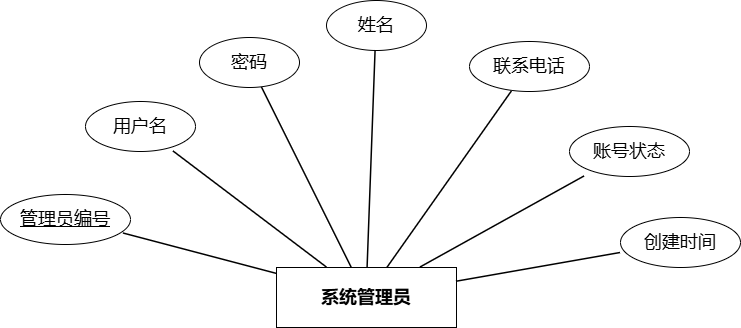
Before: docs/PaperImages/实体图/系统管理员实体图.drawio.png, a diagram exported from draw.io (Dean-op/forest_fire). Source tidied: cells renumbered, new cells last; positions are measured from the earlier drawing's top-left corner, leaving out a move shared by most shapes. The source it was exported from:
```xml
<mxGraphModel>
  <root>
    <mxCell id="0" />
    <mxCell id="1" parent="0" />
    <mxCell id="2" value="系统管理员" style="shape=rectangle;whiteSpace=wrap;html=1;strokeWidth=1;fontSize=18;fontStyle=1;labelBackgroundColor=none;" parent="1" vertex="1">
      <mxGeometry x="276" y="267" width="180" height="60" as="geometry" />
    </mxCell>
    <mxCell id="3" value="&lt;u&gt;管理员编号&lt;/u&gt;" style="shape=ellipse;whiteSpace=wrap;html=1;strokeWidth=1;fontSize=18;labelBackgroundColor=none;" parent="1" vertex="1">
      <mxGeometry y="194" width="130" height="50" as="geometry" />
    </mxCell>
    <mxCell id="4" value="用户名" style="shape=ellipse;whiteSpace=wrap;html=1;strokeWidth=1;fontSize=18;labelBackgroundColor=none;" parent="1" vertex="1">
      <mxGeometry x="85" y="101" width="110" height="50" as="geometry" />
    </mxCell>
    <mxCell id="5" value="密码" style="shape=ellipse;whiteSpace=wrap;html=1;strokeWidth=1;fontSize=18;labelBackgroundColor=none;" parent="1" vertex="1">
      <mxGeometry x="199" y="37" width="100" height="50" as="geometry" />
    </mxCell>
    <mxCell id="6" value="姓名" style="shape=ellipse;whiteSpace=wrap;html=1;strokeWidth=1;fontSize=18;labelBackgroundColor=none;" parent="1" vertex="1">
      <mxGeometry x="326" width="100" height="50" as="geometry" />
    </mxCell>
    <mxCell id="7" value="联系电话" style="shape=ellipse;whiteSpace=wrap;html=1;strokeWidth=1;fontSize=18;labelBackgroundColor=none;" parent="1" vertex="1">
      <mxGeometry x="469" y="41" width="120" height="50" as="geometry" />
    </mxCell>
    <mxCell id="8" value="账号状态" style="shape=ellipse;whiteSpace=wrap;html=1;strokeWidth=1;fontSize=18;labelBackgroundColor=none;" parent="1" vertex="1">
      <mxGeometry x="569" y="126" width="120" height="50" as="geometry" />
    </mxCell>
    <mxCell id="9" value="创建时间" style="shape=ellipse;whiteSpace=wrap;html=1;strokeWidth=1;fontSize=18;labelBackgroundColor=none;" parent="1" vertex="1">
      <mxGeometry x="620" y="217" width="120" height="50" as="geometry" />
    </mxCell>
    <mxCell id="10" style="endArrow=none;rounded=0;strokeWidth=1.5;labelBackgroundColor=none;fontColor=default;entryX=0.946;entryY=0.78;entryDx=0;entryDy=0;entryPerimeter=0;fontSize=18;" parent="1" edge="1" source="2" target="3">
      <mxGeometry relative="1" as="geometry" />
    </mxCell>
    <mxCell id="11" style="endArrow=none;rounded=0;strokeWidth=1.5;labelBackgroundColor=none;fontColor=default;fontSize=18;" parent="1" edge="1" source="2" target="4">
      <mxGeometry relative="1" as="geometry" />
    </mxCell>
    <mxCell id="12" style="endArrow=none;rounded=0;strokeWidth=1.5;labelBackgroundColor=none;fontColor=default;fontSize=18;" parent="1" edge="1" source="2" target="5">
      <mxGeometry relative="1" as="geometry" />
    </mxCell>
    <mxCell id="13" style="endArrow=none;rounded=0;strokeWidth=1.5;labelBackgroundColor=none;fontColor=default;fontSize=18;" parent="1" edge="1" source="2" target="6">
      <mxGeometry relative="1" as="geometry" />
    </mxCell>
    <mxCell id="14" style="endArrow=none;rounded=0;strokeWidth=1.5;labelBackgroundColor=none;fontColor=default;fontSize=18;" parent="1" edge="1" source="2" target="7">
      <mxGeometry relative="1" as="geometry" />
    </mxCell>
    <mxCell id="15" style="endArrow=none;rounded=0;strokeWidth=1.5;labelBackgroundColor=none;fontColor=default;fontSize=18;" parent="1" edge="1" source="2" target="8">
      <mxGeometry relative="1" as="geometry" />
    </mxCell>
    <mxCell id="16" style="endArrow=none;rounded=0;strokeWidth=1.5;labelBackgroundColor=none;fontColor=default;fontSize=18;" parent="1" edge="1" source="2" target="9">
      <mxGeometry relative="1" as="geometry" />
    </mxCell>
  </root>
</mxGraphModel>
```
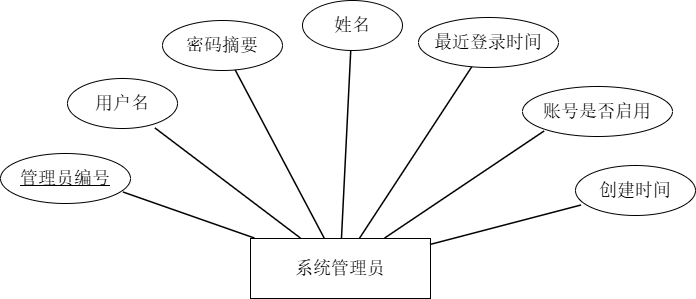
Later version of the same file.

The edit, as a diff of the source:
```diff
@@ -2,50 +2,50 @@
   <root>
     <mxCell id="0" />
     <mxCell id="1" parent="0" />
-    <mxCell id="2" value="系统管理员" style="shape=rectangle;whiteSpace=wrap;html=1;strokeWidth=1;fontSize=18;fontStyle=1;labelBackgroundColor=none;" parent="1" vertex="1">
-      <mxGeometry x="276" y="267" width="180" height="60" as="geometry" />
+    <mxCell id="2" value="系统管理员" style="shape=rectangle;whiteSpace=wrap;html=1;strokeWidth=1;fontSize=18;fontStyle=0;labelBackgroundColor=none;fontFamily=宋体;" parent="1" vertex="1">
+      <mxGeometry x="250" y="279" width="180" height="60" as="geometry" />
     </mxCell>
-    <mxCell id="3" value="&lt;u&gt;管理员编号&lt;/u&gt;" style="shape=ellipse;whiteSpace=wrap;html=1;strokeWidth=1;fontSize=18;labelBackgroundColor=none;" parent="1" vertex="1">
+    <mxCell id="3" value="&lt;u&gt;管理员编号&lt;/u&gt;" style="shape=ellipse;whiteSpace=wrap;html=1;strokeWidth=1;fontSize=18;labelBackgroundColor=none;fontStyle=0;fontFamily=宋体;" parent="1" vertex="1">
       <mxGeometry y="194" width="130" height="50" as="geometry" />
     </mxCell>
-    <mxCell id="4" value="用户名" style="shape=ellipse;whiteSpace=wrap;html=1;strokeWidth=1;fontSize=18;labelBackgroundColor=none;" parent="1" vertex="1">
-      <mxGeometry x="85" y="101" width="110" height="50" as="geometry" />
+    <mxCell id="4" value="用户名" style="shape=ellipse;whiteSpace=wrap;html=1;strokeWidth=1;fontSize=18;labelBackgroundColor=none;fontStyle=0;fontFamily=宋体;" parent="1" vertex="1">
+      <mxGeometry x="67" y="119" width="110" height="50" as="geometry" />
     </mxCell>
-    <mxCell id="5" value="密码" style="shape=ellipse;whiteSpace=wrap;html=1;strokeWidth=1;fontSize=18;labelBackgroundColor=none;" parent="1" vertex="1">
-      <mxGeometry x="199" y="37" width="100" height="50" as="geometry" />
+    <mxCell id="5" value="密码摘要" style="shape=ellipse;whiteSpace=wrap;html=1;strokeWidth=1;fontSize=18;labelBackgroundColor=none;fontStyle=0;fontFamily=宋体;" parent="1" vertex="1">
+      <mxGeometry x="162" y="61" width="120" height="50" as="geometry" />
     </mxCell>
-    <mxCell id="6" value="姓名" style="shape=ellipse;whiteSpace=wrap;html=1;strokeWidth=1;fontSize=18;labelBackgroundColor=none;" parent="1" vertex="1">
-      <mxGeometry x="326" width="100" height="50" as="geometry" />
+    <mxCell id="6" value="姓名" style="shape=ellipse;whiteSpace=wrap;html=1;strokeWidth=1;fontSize=18;labelBackgroundColor=none;fontStyle=0;fontFamily=宋体;" parent="1" vertex="1">
+      <mxGeometry x="302" y="41" width="100" height="50" as="geometry" />
     </mxCell>
-    <mxCell id="7" value="联系电话" style="shape=ellipse;whiteSpace=wrap;html=1;strokeWidth=1;fontSize=18;labelBackgroundColor=none;" parent="1" vertex="1">
-      <mxGeometry x="469" y="41" width="120" height="50" as="geometry" />
-    </mxCell>
-    <mxCell id="8" value="账号状态" style="shape=ellipse;whiteSpace=wrap;html=1;strokeWidth=1;fontSize=18;labelBackgroundColor=none;" parent="1" vertex="1">
-      <mxGeometry x="569" y="126" width="120" height="50" as="geometry" />
+    <mxCell id="8" value="最近登录时间" style="shape=ellipse;whiteSpace=wrap;html=1;strokeWidth=1;fontSize=18;labelBackgroundColor=none;fontStyle=0;fontFamily=宋体;" parent="1" vertex="1">
+      <mxGeometry x="418" y="58" width="140" height="50" as="geometry" />
     </mxCell>
-    <mxCell id="9" value="创建时间" style="shape=ellipse;whiteSpace=wrap;html=1;strokeWidth=1;fontSize=18;labelBackgroundColor=none;" parent="1" vertex="1">
-      <mxGeometry x="620" y="217" width="120" height="50" as="geometry" />
+    <mxCell id="9" value="账号是否启用" style="shape=ellipse;whiteSpace=wrap;html=1;strokeWidth=1;fontSize=18;labelBackgroundColor=none;fontStyle=0;fontFamily=宋体;" parent="1" vertex="1">
+      <mxGeometry x="522" y="127" width="150" height="50" as="geometry" />
     </mxCell>
+    <mxCell id="17" value="创建时间" style="shape=ellipse;whiteSpace=wrap;html=1;strokeWidth=1;fontSize=18;labelBackgroundColor=none;fontStyle=0;fontFamily=宋体;" parent="1" vertex="1">
+      <mxGeometry x="575" y="206" width="120" height="50" as="geometry" />
+    </mxCell>
-    <mxCell id="10" style="endArrow=none;rounded=0;strokeWidth=1.5;labelBackgroundColor=none;fontColor=default;entryX=0.946;entryY=0.78;entryDx=0;entryDy=0;entryPerimeter=0;fontSize=18;" parent="1" edge="1" source="2" target="3">
+    <mxCell id="10" style="endArrow=none;rounded=0;strokeWidth=1.5;labelBackgroundColor=none;fontColor=default;entryX=0.946;entryY=0.78;entryDx=0;entryDy=0;entryPerimeter=0;fontSize=18;fontStyle=0;fontFamily=宋体;" parent="1" edge="1" source="2" target="3">
       <mxGeometry relative="1" as="geometry" />
     </mxCell>
-    <mxCell id="11" style="endArrow=none;rounded=0;strokeWidth=1.5;labelBackgroundColor=none;fontColor=default;fontSize=18;" parent="1" edge="1" source="2" target="4">
+    <mxCell id="11" style="endArrow=none;rounded=0;strokeWidth=1.5;labelBackgroundColor=none;fontColor=default;fontSize=18;fontStyle=0;fontFamily=宋体;" parent="1" edge="1" source="2" target="4">
       <mxGeometry relative="1" as="geometry" />
     </mxCell>
-    <mxCell id="12" style="endArrow=none;rounded=0;strokeWidth=1.5;labelBackgroundColor=none;fontColor=default;fontSize=18;" parent="1" edge="1" source="2" target="5">
+    <mxCell id="12" style="endArrow=none;rounded=0;strokeWidth=1.5;labelBackgroundColor=none;fontColor=default;fontSize=18;fontStyle=0;fontFamily=宋体;" parent="1" edge="1" source="2" target="5">
       <mxGeometry relative="1" as="geometry" />
     </mxCell>
-    <mxCell id="13" style="endArrow=none;rounded=0;strokeWidth=1.5;labelBackgroundColor=none;fontColor=default;fontSize=18;" parent="1" edge="1" source="2" target="6">
+    <mxCell id="13" style="endArrow=none;rounded=0;strokeWidth=1.5;labelBackgroundColor=none;fontColor=default;fontSize=18;fontStyle=0;fontFamily=宋体;" parent="1" edge="1" source="2" target="6">
       <mxGeometry relative="1" as="geometry" />
     </mxCell>
-    <mxCell id="14" style="endArrow=none;rounded=0;strokeWidth=1.5;labelBackgroundColor=none;fontColor=default;fontSize=18;" parent="1" edge="1" source="2" target="7">
-      <mxGeometry relative="1" as="geometry" />
-    </mxCell>
-    <mxCell id="15" style="endArrow=none;rounded=0;strokeWidth=1.5;labelBackgroundColor=none;fontColor=default;fontSize=18;" parent="1" edge="1" source="2" target="8">
+    <mxCell id="15" style="endArrow=none;rounded=0;strokeWidth=1.5;labelBackgroundColor=none;fontColor=default;fontSize=18;fontStyle=0;fontFamily=宋体;" parent="1" edge="1" source="2" target="8">
       <mxGeometry relative="1" as="geometry" />
     </mxCell>
-    <mxCell id="16" style="endArrow=none;rounded=0;strokeWidth=1.5;labelBackgroundColor=none;fontColor=default;fontSize=18;" parent="1" edge="1" source="2" target="9">
+    <mxCell id="16" style="endArrow=none;rounded=0;strokeWidth=1.5;labelBackgroundColor=none;fontColor=default;fontSize=18;fontStyle=0;fontFamily=宋体;entryX=0.147;entryY=0.9;entryDx=0;entryDy=0;entryPerimeter=0;" parent="1" edge="1" source="2" target="9">
       <mxGeometry relative="1" as="geometry" />
     </mxCell>
+    <mxCell id="18" style="endArrow=none;rounded=0;strokeWidth=1.5;labelBackgroundColor=none;fontColor=default;fontSize=18;fontStyle=0;fontFamily=宋体;entryX=0.05;entryY=0.8;entryDx=0;entryDy=0;entryPerimeter=0;" parent="1" edge="1" source="2" target="17">
+      <mxGeometry relative="1" as="geometry" />
+    </mxCell>
   </root>
 </mxGraphModel>
```
